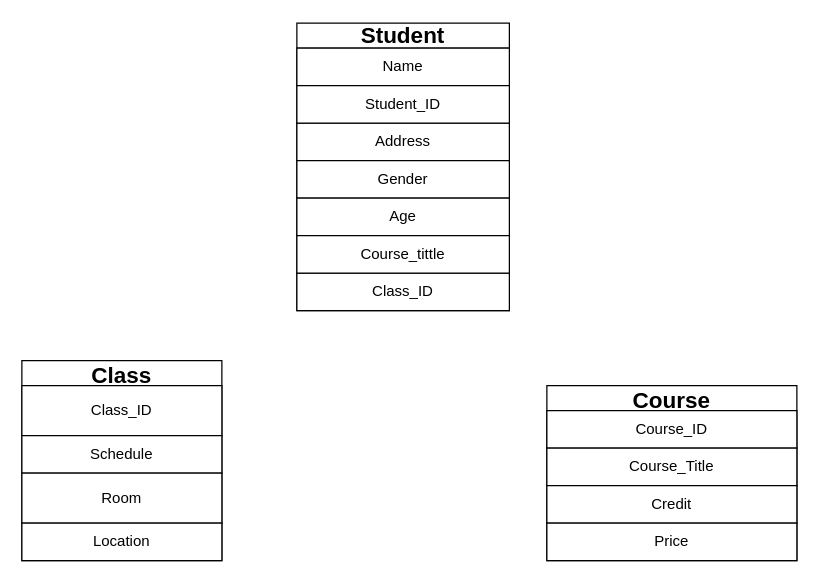
The draw.io diagram Biểu đồ không có tiêu đề.drawio in luongkhanhphuong2412/MySQL, before the edit. Source tidied: cells renumbered, new cells numbered last; positions are measured from the earlier drawing's top-left corner, leaving out a move shared by most shapes. Both pictures are drawn from the tidied source at 125%, with x=0, y=0 at pixel (21, 22).
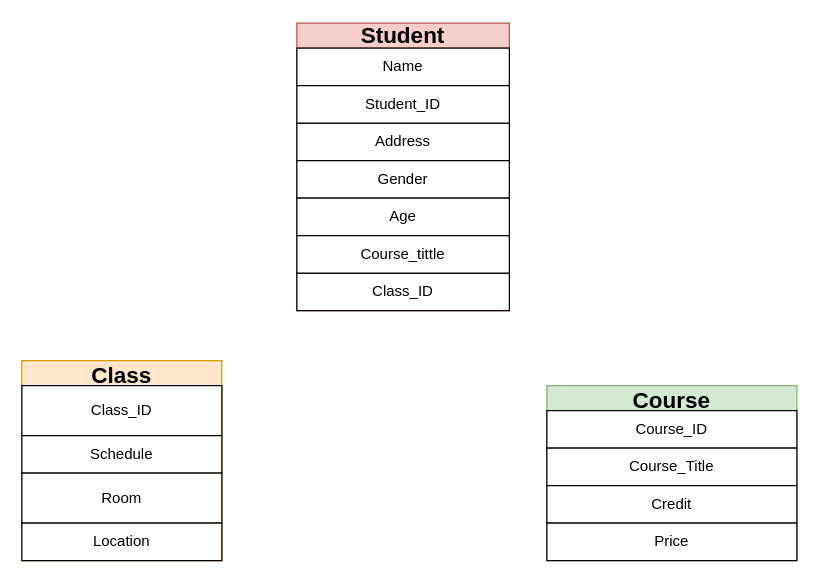
Above is the later version.

Commit message (it also covers changes not shown here):
Cập nhật Biểu đồ không có tiêu đề.drawio

What changed in the source:
```diff
@@
 <mxGraphModel>
   <root>
     <mxCell id="0" />
     <mxCell id="1" parent="0" />
-    <mxCell id="2" value="&lt;font style=&quot;font-size: 18px;&quot;&gt;Student&lt;/font&gt;" style="swimlane;whiteSpace=wrap;html=1;startSize=20;" parent="1" vertex="1">
+    <mxCell id="2" value="&lt;font style=&quot;font-size: 18px;&quot;&gt;Student&lt;/font&gt;" style="swimlane;whiteSpace=wrap;html=1;startSize=20;fillColor=#f8cecc;strokeColor=#b85450;" parent="1" vertex="1">
       <mxGeometry x="220" width="170" height="230" as="geometry" />
     </mxCell>
     <mxCell id="3" value="Name" style="rounded=0;whiteSpace=wrap;html=1;" parent="2" vertex="1">
       <mxGeometry y="20" width="170" height="30" as="geometry" />
     </mxCell>
     <mxCell id="4" value="Address" style="rounded=0;whiteSpace=wrap;html=1;" parent="2" vertex="1">
       <mxGeometry y="80" width="170" height="30" as="geometry" />
     </mxCell>
     <mxCell id="5" value="Gender" style="rounded=0;whiteSpace=wrap;html=1;" parent="2" vertex="1">
       <mxGeometry y="110" width="170" height="30" as="geometry" />
     </mxCell>
     <mxCell id="6" value="Student_ID" style="rounded=0;whiteSpace=wrap;html=1;" parent="2" vertex="1">
       <mxGeometry y="50" width="170" height="30" as="geometry" />
     </mxCell>
     <mxCell id="7" value="Age" style="rounded=0;whiteSpace=wrap;html=1;" parent="2" vertex="1">
       <mxGeometry y="140" width="170" height="30" as="geometry" />
     </mxCell>
     <mxCell id="8" value="Class_ID" style="rounded=0;whiteSpace=wrap;html=1;" parent="2" vertex="1">
       <mxGeometry y="200" width="170" height="30" as="geometry" />
     </mxCell>
     <mxCell id="9" value="Course_tittle" style="rounded=0;whiteSpace=wrap;html=1;" parent="2" vertex="1">
       <mxGeometry y="170" width="170" height="30" as="geometry" />
     </mxCell>
-    <mxCell id="10" value="&lt;font style=&quot;font-size: 18px;&quot;&gt;Course&lt;/font&gt;" style="swimlane;whiteSpace=wrap;html=1;startSize=23;" parent="1" vertex="1">
+    <mxCell id="10" value="&lt;font style=&quot;font-size: 18px;&quot;&gt;Course&lt;/font&gt;" style="swimlane;whiteSpace=wrap;html=1;startSize=23;fillColor=#d5e8d4;strokeColor=#82b366;" parent="1" vertex="1">
       <mxGeometry x="420" y="290" width="200" height="140" as="geometry" />
     </mxCell>
     <mxCell id="11" value="Course_ID" style="rounded=0;whiteSpace=wrap;html=1;" parent="10" vertex="1">
       <mxGeometry y="20" width="200" height="30" as="geometry" />
     </mxCell>
     <mxCell id="12" value="Course_Title" style="rounded=0;whiteSpace=wrap;html=1;" parent="10" vertex="1">
       <mxGeometry y="50" width="200" height="30" as="geometry" />
     </mxCell>
     <mxCell id="13" value="Credit" style="rounded=0;whiteSpace=wrap;html=1;" parent="10" vertex="1">
       <mxGeometry y="80" width="200" height="30" as="geometry" />
     </mxCell>
     <mxCell id="14" value="Price" style="rounded=0;whiteSpace=wrap;html=1;" parent="10" vertex="1">
       <mxGeometry y="110" width="200" height="30" as="geometry" />
     </mxCell>
-    <mxCell id="15" value="&lt;font style=&quot;font-size: 18px;&quot;&gt;Class&lt;/font&gt;" style="swimlane;whiteSpace=wrap;html=1;" parent="1" vertex="1">
+    <mxCell id="15" value="&lt;font style=&quot;font-size: 18px;&quot;&gt;Class&lt;/font&gt;" style="swimlane;whiteSpace=wrap;html=1;fillColor=#ffe6cc;strokeColor=#d79b00;" parent="1" vertex="1">
       <mxGeometry y="270" width="160" height="160" as="geometry" />
     </mxCell>
     <mxCell id="16" value="Class_ID" style="rounded=0;whiteSpace=wrap;html=1;" parent="15" vertex="1">
       <mxGeometry y="20" width="160" height="40" as="geometry" />
     </mxCell>
     <mxCell id="17" value="Schedule" style="rounded=0;whiteSpace=wrap;html=1;" parent="15" vertex="1">
       <mxGeometry y="60" width="160" height="30" as="geometry" />
     </mxCell>
     <mxCell id="18" value="Room" style="rounded=0;whiteSpace=wrap;html=1;" parent="15" vertex="1">
       <mxGeometry y="90" width="160" height="40" as="geometry" />
     </mxCell>
     <mxCell id="19" value="Location" style="rounded=0;whiteSpace=wrap;html=1;" parent="15" vertex="1">
       <mxGeometry y="130" width="160" height="30" as="geometry" />
     </mxCell>
   </root>
 </mxGraphModel>
```
